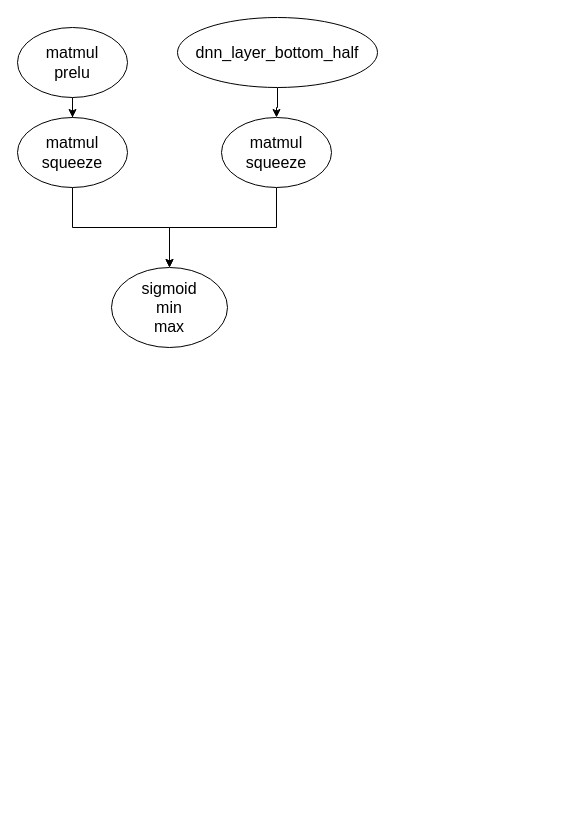
Before: 未命名绘图.drawio in ABigDoge/MyDiagrams, a draw.io diagram. Source tidied: cells renumbered, new cells numbered last; positions are measured from the earlier drawing's top-left corner, leaving out a move shared by most shapes. Both pictures are drawn from the tidied source at 100%, with x=0, y=0 at pixel (17, 17).
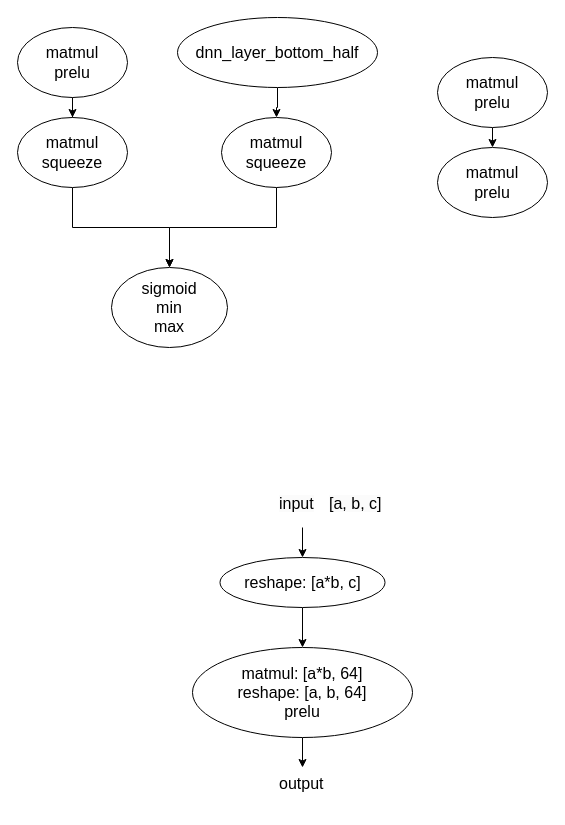
The same page after the edit.

Commit message:
更新未命名绘图.drawio

Diff of the diagram source:
```diff
@@
+    <mxCell id="11" style="edgeStyle=orthogonalEdgeStyle;rounded=0;jettySize=auto;html=1;" parent="1" edge="1" source="12">
+      <mxGeometry relative="1" as="geometry">
+        <mxPoint x="475" y="130" as="targetPoint" />
+      </mxGeometry>
+    </mxCell>
+    <mxCell id="12" value="&lt;font style=&quot;font-size: 16px;&quot;&gt;matmul&lt;/font&gt;&lt;div style=&quot;font-size: 16px;&quot;&gt;&lt;font style=&quot;font-size: 16px;&quot;&gt;prelu&lt;/font&gt;&lt;/div&gt;" style="ellipse;whiteSpace=wrap;html=1;" parent="1" vertex="1">
+      <mxGeometry x="420" y="40" width="110" height="70" as="geometry" />
+    </mxCell>
+    <mxCell id="13" value="&lt;font style=&quot;font-size: 16px;&quot;&gt;matmul&lt;/font&gt;&lt;div style=&quot;font-size: 16px;&quot;&gt;&lt;font style=&quot;font-size: 16px;&quot;&gt;prelu&lt;/font&gt;&lt;/div&gt;" style="ellipse;whiteSpace=wrap;html=1;" parent="1" vertex="1">
+      <mxGeometry x="420" y="130" width="110" height="70" as="geometry" />
+    </mxCell>
+    <mxCell id="14" style="edgeStyle=orthogonalEdgeStyle;rounded=0;jettySize=auto;html=1;" parent="1" edge="1" source="15" target="21">
+      <mxGeometry relative="1" as="geometry" />
+    </mxCell>
+    <mxCell id="15" value="&lt;font style=&quot;font-size: 16px;&quot;&gt;matmul:&amp;nbsp;&lt;/font&gt;&lt;span style=&quot;font-size: 16px;&quot;&gt;[a*b, 64]&lt;/span&gt;&lt;div&gt;&lt;span style=&quot;font-size: 16px;&quot;&gt;reshape:&amp;nbsp;&lt;/span&gt;&lt;span style=&quot;font-size: 16px;&quot;&gt;[a, b, 64]&lt;/span&gt;&lt;span style=&quot;font-size: 16px;&quot;&gt;&lt;br&gt;&lt;/span&gt;&lt;div style=&quot;font-size: 16px;&quot;&gt;&lt;font style=&quot;font-size: 16px;&quot;&gt;prelu&lt;/font&gt;&lt;/div&gt;&lt;/div&gt;" style="ellipse;whiteSpace=wrap;html=1;" parent="1" vertex="1">
+      <mxGeometry x="175" y="630" width="220" height="90" as="geometry" />
+    </mxCell>
+    <mxCell id="16" style="edgeStyle=orthogonalEdgeStyle;rounded=0;jettySize=auto;html=1;" parent="1" edge="1" source="17" target="15">
+      <mxGeometry relative="1" as="geometry" />
+    </mxCell>
+    <mxCell id="17" value="&lt;font style=&quot;font-size: 16px;&quot;&gt;reshape:&amp;nbsp;&lt;/font&gt;&lt;span style=&quot;font-size: 16px; background-color: initial;&quot;&gt;[a*b, c]&lt;/span&gt;" style="ellipse;whiteSpace=wrap;html=1;" parent="1" vertex="1">
+      <mxGeometry x="202.5" y="540" width="165" height="50" as="geometry" />
+    </mxCell>
+    <mxCell id="18" value="&lt;span style=&quot;color: rgb(0, 0, 0); font-family: Helvetica; font-size: 16px; font-style: normal; font-variant-ligatures: normal; font-variant-caps: normal; font-weight: 400; letter-spacing: normal; orphans: 2; text-align: center; text-indent: 0px; text-transform: none; widows: 2; word-spacing: 0px; -webkit-text-stroke-width: 0px; white-space: normal; background-color: rgb(251, 251, 251); text-decoration-thickness: initial; text-decoration-style: initial; text-decoration-color: initial; display: inline !important; float: none;&quot;&gt;[a, b, c]&lt;/span&gt;" style="text;whiteSpace=wrap;html=1;" parent="1" vertex="1">
+      <mxGeometry x="310" y="470" width="150" height="40" as="geometry" />
+    </mxCell>
+    <mxCell id="19" style="edgeStyle=orthogonalEdgeStyle;rounded=0;jettySize=auto;html=1;" parent="1" edge="1" source="20" target="17">
+      <mxGeometry relative="1" as="geometry" />
+    </mxCell>
+    <mxCell id="20" value="&lt;span style=&quot;color: rgb(0, 0, 0); font-family: Helvetica; font-size: 16px; font-style: normal; font-variant-ligatures: normal; font-variant-caps: normal; font-weight: 400; letter-spacing: normal; orphans: 2; text-align: center; text-indent: 0px; text-transform: none; widows: 2; word-spacing: 0px; -webkit-text-stroke-width: 0px; white-space: normal; background-color: rgb(251, 251, 251); text-decoration-thickness: initial; text-decoration-style: initial; text-decoration-color: initial; display: inline !important; float: none;&quot;&gt;input&lt;/span&gt;" style="text;whiteSpace=wrap;html=1;" parent="1" vertex="1">
+      <mxGeometry x="260" y="470" width="50" height="40" as="geometry" />
+    </mxCell>
+    <mxCell id="21" value="&lt;div style=&quot;text-align: center;&quot;&gt;&lt;span style=&quot;background-color: initial; font-size: 16px;&quot;&gt;output&lt;/span&gt;&lt;/div&gt;" style="text;whiteSpace=wrap;html=1;" parent="1" vertex="1">
+      <mxGeometry x="260" y="750" width="50" height="40" as="geometry" />
+    </mxCell>
```
